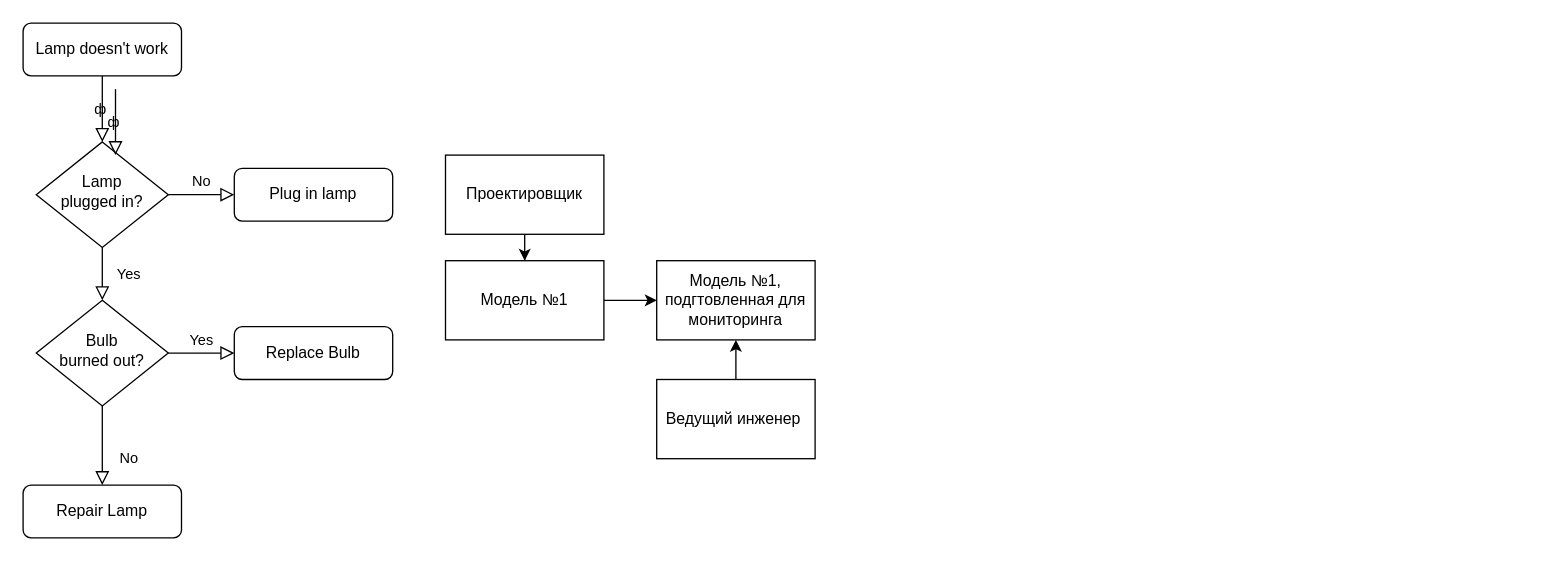
Before: Untitled Diagram.drawio in dnkngh/-, a draw.io diagram. Source tidied: cells renumbered, new cells numbered last; positions are measured from the earlier drawing's top-left corner, leaving out a move shared by most shapes. Both pictures are drawn from the tidied source at 132%, with x=0, y=0 at pixel (22, 22).
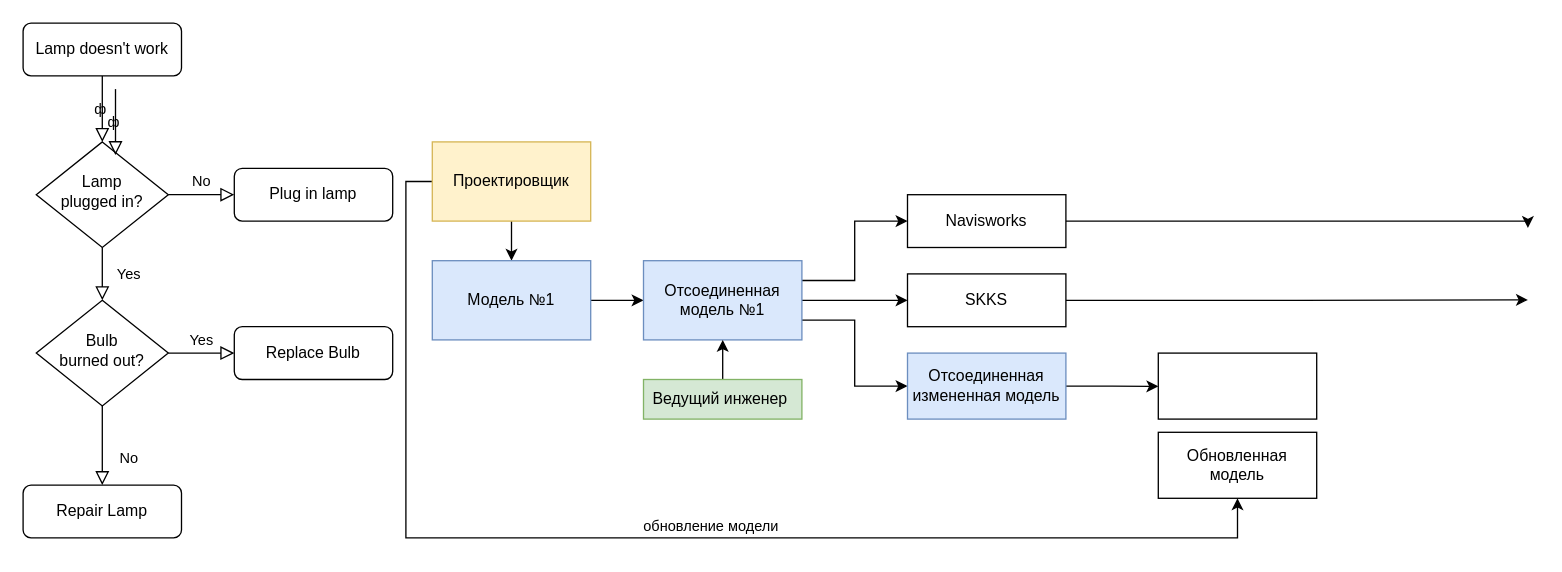
The same diagram, later.

The edit, as a diff of the source:
```diff
@@
+    <mxCell id="21" style="edgeStyle=orthogonalEdgeStyle;rounded=0;jettySize=auto;html=1;exitX=0;exitY=0.5;exitDx=0;exitDy=0;" parent="1" edge="1" source="15">
+      <mxGeometry relative="1" as="geometry">
+        <mxPoint x="920" y="360" as="targetPoint" />
+        <Array as="points">
+          <mxPoint x="290" y="120" />
+          <mxPoint x="290" y="390" />
+          <mxPoint x="920" y="390" />
+        </Array>
+      </mxGeometry>
+    </mxCell>
+    <mxCell id="22" value="обновление модели" style="edgeLabel;html=1;align=center;verticalAlign=middle;" parent="21" vertex="1">
+      <mxGeometry x="-0.12" y="-2" relative="1" as="geometry">
+        <mxPoint x="102" y="-12" as="offset" />
+      </mxGeometry>
+    </mxCell>
-    <mxCell id="15" value="Проектировщик" style="rounded=0;whiteSpace=wrap;html=1;" parent="1" vertex="1">
-      <mxGeometry x="320" y="100" width="120" height="60" as="geometry" />
+    <mxCell id="15" value="Проектировщик" style="rounded=0;whiteSpace=wrap;html=1;fillColor=#fff2cc;strokeColor=#d6b656;" parent="1" vertex="1">
+      <mxGeometry x="310" y="90" width="120" height="60" as="geometry" />
     </mxCell>
@@
-    <mxCell id="17" value="Модель №1" style="rounded=0;whiteSpace=wrap;html=1;shadow=0;glass=0;sketch=0;" parent="1" vertex="1">
-      <mxGeometry x="320" y="180" width="120" height="60" as="geometry" />
+    <mxCell id="17" value="Модель №1" style="rounded=0;whiteSpace=wrap;html=1;shadow=0;glass=0;sketch=0;fillColor=#dae8fc;strokeColor=#6c8ebf;" parent="1" vertex="1">
+      <mxGeometry x="310" y="180" width="120" height="60" as="geometry" />
     </mxCell>
+    <mxCell id="23" style="edgeStyle=orthogonalEdgeStyle;rounded=0;jettySize=auto;html=1;exitX=1;exitY=0.25;exitDx=0;exitDy=0;entryX=0;entryY=0.5;entryDx=0;entryDy=0;" parent="1" edge="1" source="18" target="27">
+      <mxGeometry relative="1" as="geometry" />
+    </mxCell>
+    <mxCell id="24" style="edgeStyle=orthogonalEdgeStyle;rounded=0;jettySize=auto;html=1;" parent="1" edge="1" source="18">
+      <mxGeometry relative="1" as="geometry">
+        <mxPoint x="670" y="210" as="targetPoint" />
+      </mxGeometry>
+    </mxCell>
+    <mxCell id="25" style="edgeStyle=orthogonalEdgeStyle;rounded=0;jettySize=auto;html=1;exitX=1;exitY=0.75;exitDx=0;exitDy=0;entryX=0;entryY=0.5;entryDx=0;entryDy=0;" parent="1" edge="1" source="18" target="31">
+      <mxGeometry relative="1" as="geometry" />
+    </mxCell>
-    <mxCell id="18" value="Модель №1, подгтовленная для мониторинга" style="rounded=0;whiteSpace=wrap;html=1;shadow=0;glass=0;sketch=0;" parent="1" vertex="1">
-      <mxGeometry x="480" y="180" width="120" height="60" as="geometry" />
+    <mxCell id="18" value="Отсоединенная&lt;br&gt;модель №1" style="rounded=0;whiteSpace=wrap;html=1;shadow=0;glass=0;sketch=0;fillColor=#dae8fc;strokeColor=#6c8ebf;" parent="1" vertex="1">
+      <mxGeometry x="470" y="180" width="120" height="60" as="geometry" />
     </mxCell>
@@
-    <mxCell id="20" value="Ведущий инженер&amp;nbsp;" style="rounded=0;whiteSpace=wrap;html=1;" parent="1" vertex="1">
-      <mxGeometry x="480" y="270" width="120" height="60" as="geometry" />
+    <mxCell id="20" value="Ведущий инженер&amp;nbsp;" style="rounded=0;whiteSpace=wrap;html=1;fillColor=#d5e8d4;strokeColor=#82b366;" parent="1" vertex="1">
+      <mxGeometry x="470" y="270" width="120" height="30" as="geometry" />
     </mxCell>
+    <mxCell id="26" style="edgeStyle=orthogonalEdgeStyle;rounded=0;jettySize=auto;html=1;exitX=1;exitY=0.5;exitDx=0;exitDy=0;" parent="1" edge="1" source="27">
+      <mxGeometry relative="1" as="geometry">
+        <mxPoint x="1140" y="155.2" as="targetPoint" />
+        <Array as="points">
+          <mxPoint x="1140" y="150" />
+        </Array>
+      </mxGeometry>
+    </mxCell>
+    <mxCell id="27" value="Navisworks" style="rounded=0;whiteSpace=wrap;html=1;shadow=0;glass=0;sketch=0;imageWidth=24;imageHeight=24;" parent="1" vertex="1">
+      <mxGeometry x="670" y="130" width="120" height="40" as="geometry" />
+    </mxCell>
+    <mxCell id="28" style="edgeStyle=orthogonalEdgeStyle;rounded=0;jettySize=auto;html=1;exitX=1;exitY=0.5;exitDx=0;exitDy=0;" parent="1" edge="1" source="29">
+      <mxGeometry relative="1" as="geometry">
+        <mxPoint x="1140" y="209.7" as="targetPoint" />
+      </mxGeometry>
+    </mxCell>
+    <mxCell id="29" value="SKKS" style="rounded=0;whiteSpace=wrap;html=1;shadow=0;glass=0;sketch=0;imageWidth=24;imageHeight=24;" parent="1" vertex="1">
+      <mxGeometry x="670" y="190" width="120" height="40" as="geometry" />
+    </mxCell>
+    <mxCell id="30" style="edgeStyle=orthogonalEdgeStyle;rounded=0;jettySize=auto;html=1;exitX=1;exitY=0.5;exitDx=0;exitDy=0;" parent="1" edge="1" source="31">
+      <mxGeometry relative="1" as="geometry">
+        <mxPoint x="860" y="275.2" as="targetPoint" />
+      </mxGeometry>
+    </mxCell>
+    <mxCell id="31" value="Отсоединенная измененная модель" style="rounded=0;whiteSpace=wrap;html=1;shadow=0;glass=0;sketch=0;imageWidth=24;imageHeight=24;fillColor=#dae8fc;strokeColor=#6c8ebf;" parent="1" vertex="1">
+      <mxGeometry x="670" y="250" width="120" height="50" as="geometry" />
+    </mxCell>
+    <mxCell id="32" style="rounded=0;whiteSpace=wrap;html=1;shadow=0;glass=0;sketch=0;" parent="1" vertex="1">
+      <mxGeometry x="860" y="250" width="120" height="50" as="geometry" />
+    </mxCell>
+    <mxCell id="33" value="Обновленная модель" style="rounded=0;whiteSpace=wrap;html=1;shadow=0;glass=0;sketch=0;" parent="1" vertex="1">
+      <mxGeometry x="860" y="310" width="120" height="50" as="geometry" />
+    </mxCell>
```
